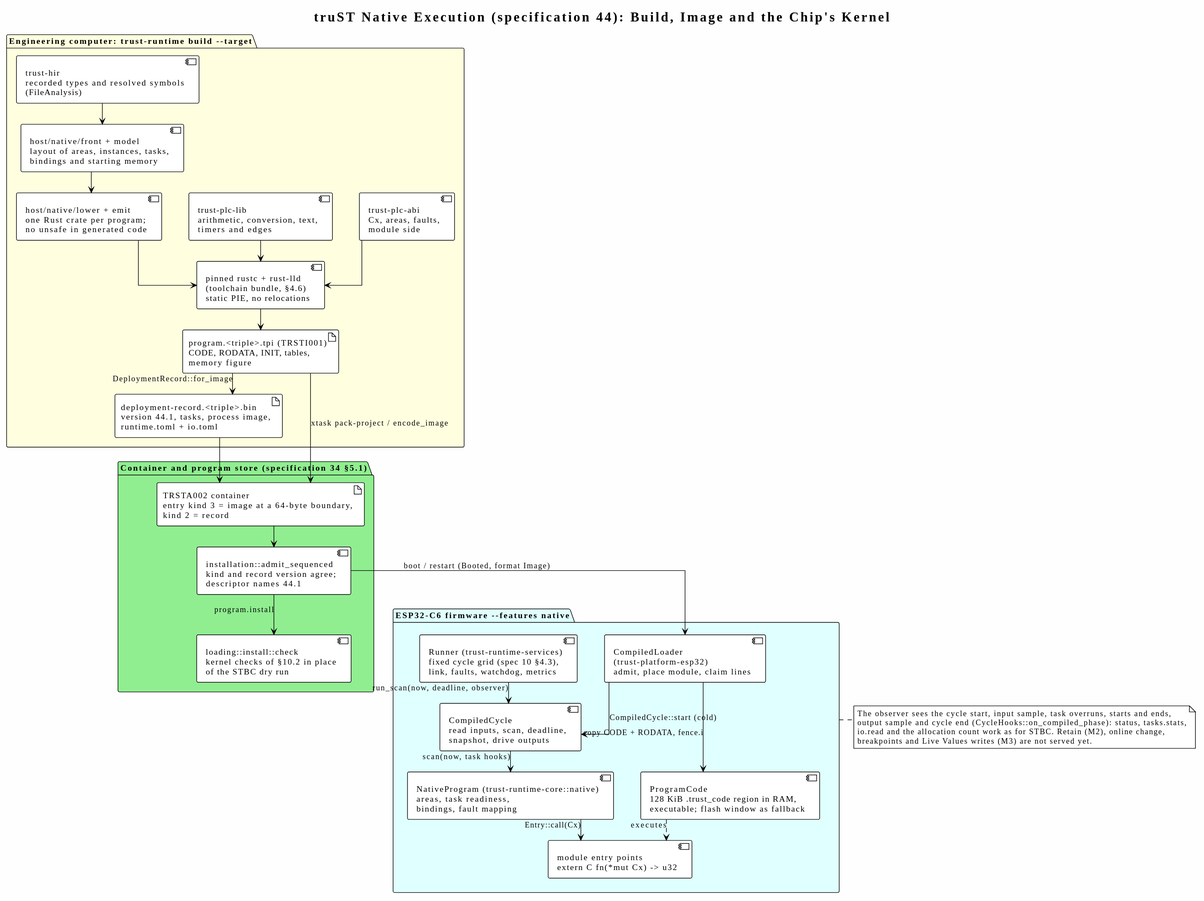
Above: docs/diagrams/generated/runtime-native-execution.svg in johannesPettersson80/trust-platform (PlantUML), before the change.
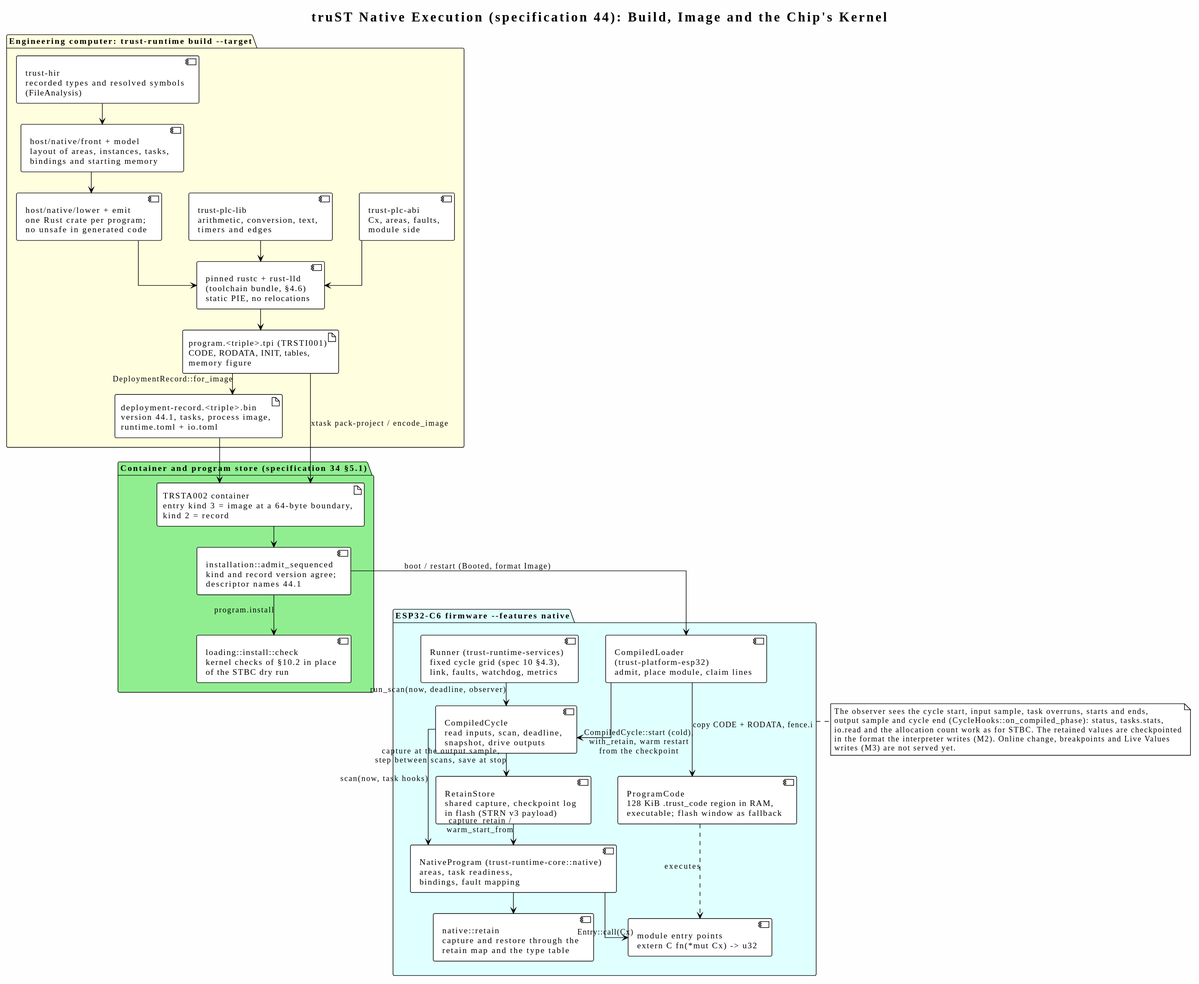
The same diagram one commit later.

What changed in the source:
```diff
@@ -43,20 +43,26 @@
     component "ProgramCode\n128 KiB .trust_code region in RAM,\nexecutable; flash window as fallback" as codeRegion
     component "CompiledCycle\nread inputs, scan, deadline,\nsnapshot, drive outputs" as cycle
     component "NativeProgram (trust-runtime-core::native)\nareas, task readiness,\nbindings, fault mapping" as kernel
+    component "native::retain\ncapture and restore through the\nretain map and the type table" as retainMap
+    component "RetainStore\nshared capture, checkpoint log\nin flash (STRN v3 payload)" as retainStore
     component "module entry points\nextern C fn(*mut Cx) -> u32" as module
     admission --> loader : boot / restart (Booted, format Image)
     loader --> codeRegion : copy CODE + RODATA, fence.i
-    loader --> cycle : CompiledCycle::start (cold)
+    loader --> cycle : CompiledCycle::start (cold),\nwith_retain, warm restart\nfrom the checkpoint
     runner --> cycle : run_scan(now, deadline, observer)
     cycle --> kernel : scan(now, task hooks)
     kernel --> module : Entry::call(Cx)
     codeRegion ..> module : executes
+    cycle --> retainStore : capture at the output sample,\nstep between scans, save at stop
+    retainStore --> kernel : capture_retain /\nwarm_start_from
+    kernel --> retainMap
 }
 
 note bottom of chipPkg
     The observer sees the cycle start, input sample, task overruns, starts and ends,
     output sample and cycle end (CycleHooks::on_compiled_phase): status, tasks.stats,
-    io.read and the allocation count work as for STBC. Retain (M2), online change,
-    breakpoints and Live Values writes (M3) are not served yet.
+    io.read and the allocation count work as for STBC. The retained values are checkpointed
+    in the format the interpreter writes (M2). Online change, breakpoints and Live Values
+    writes (M3) are not served yet.
 end note
 @enduml
```
